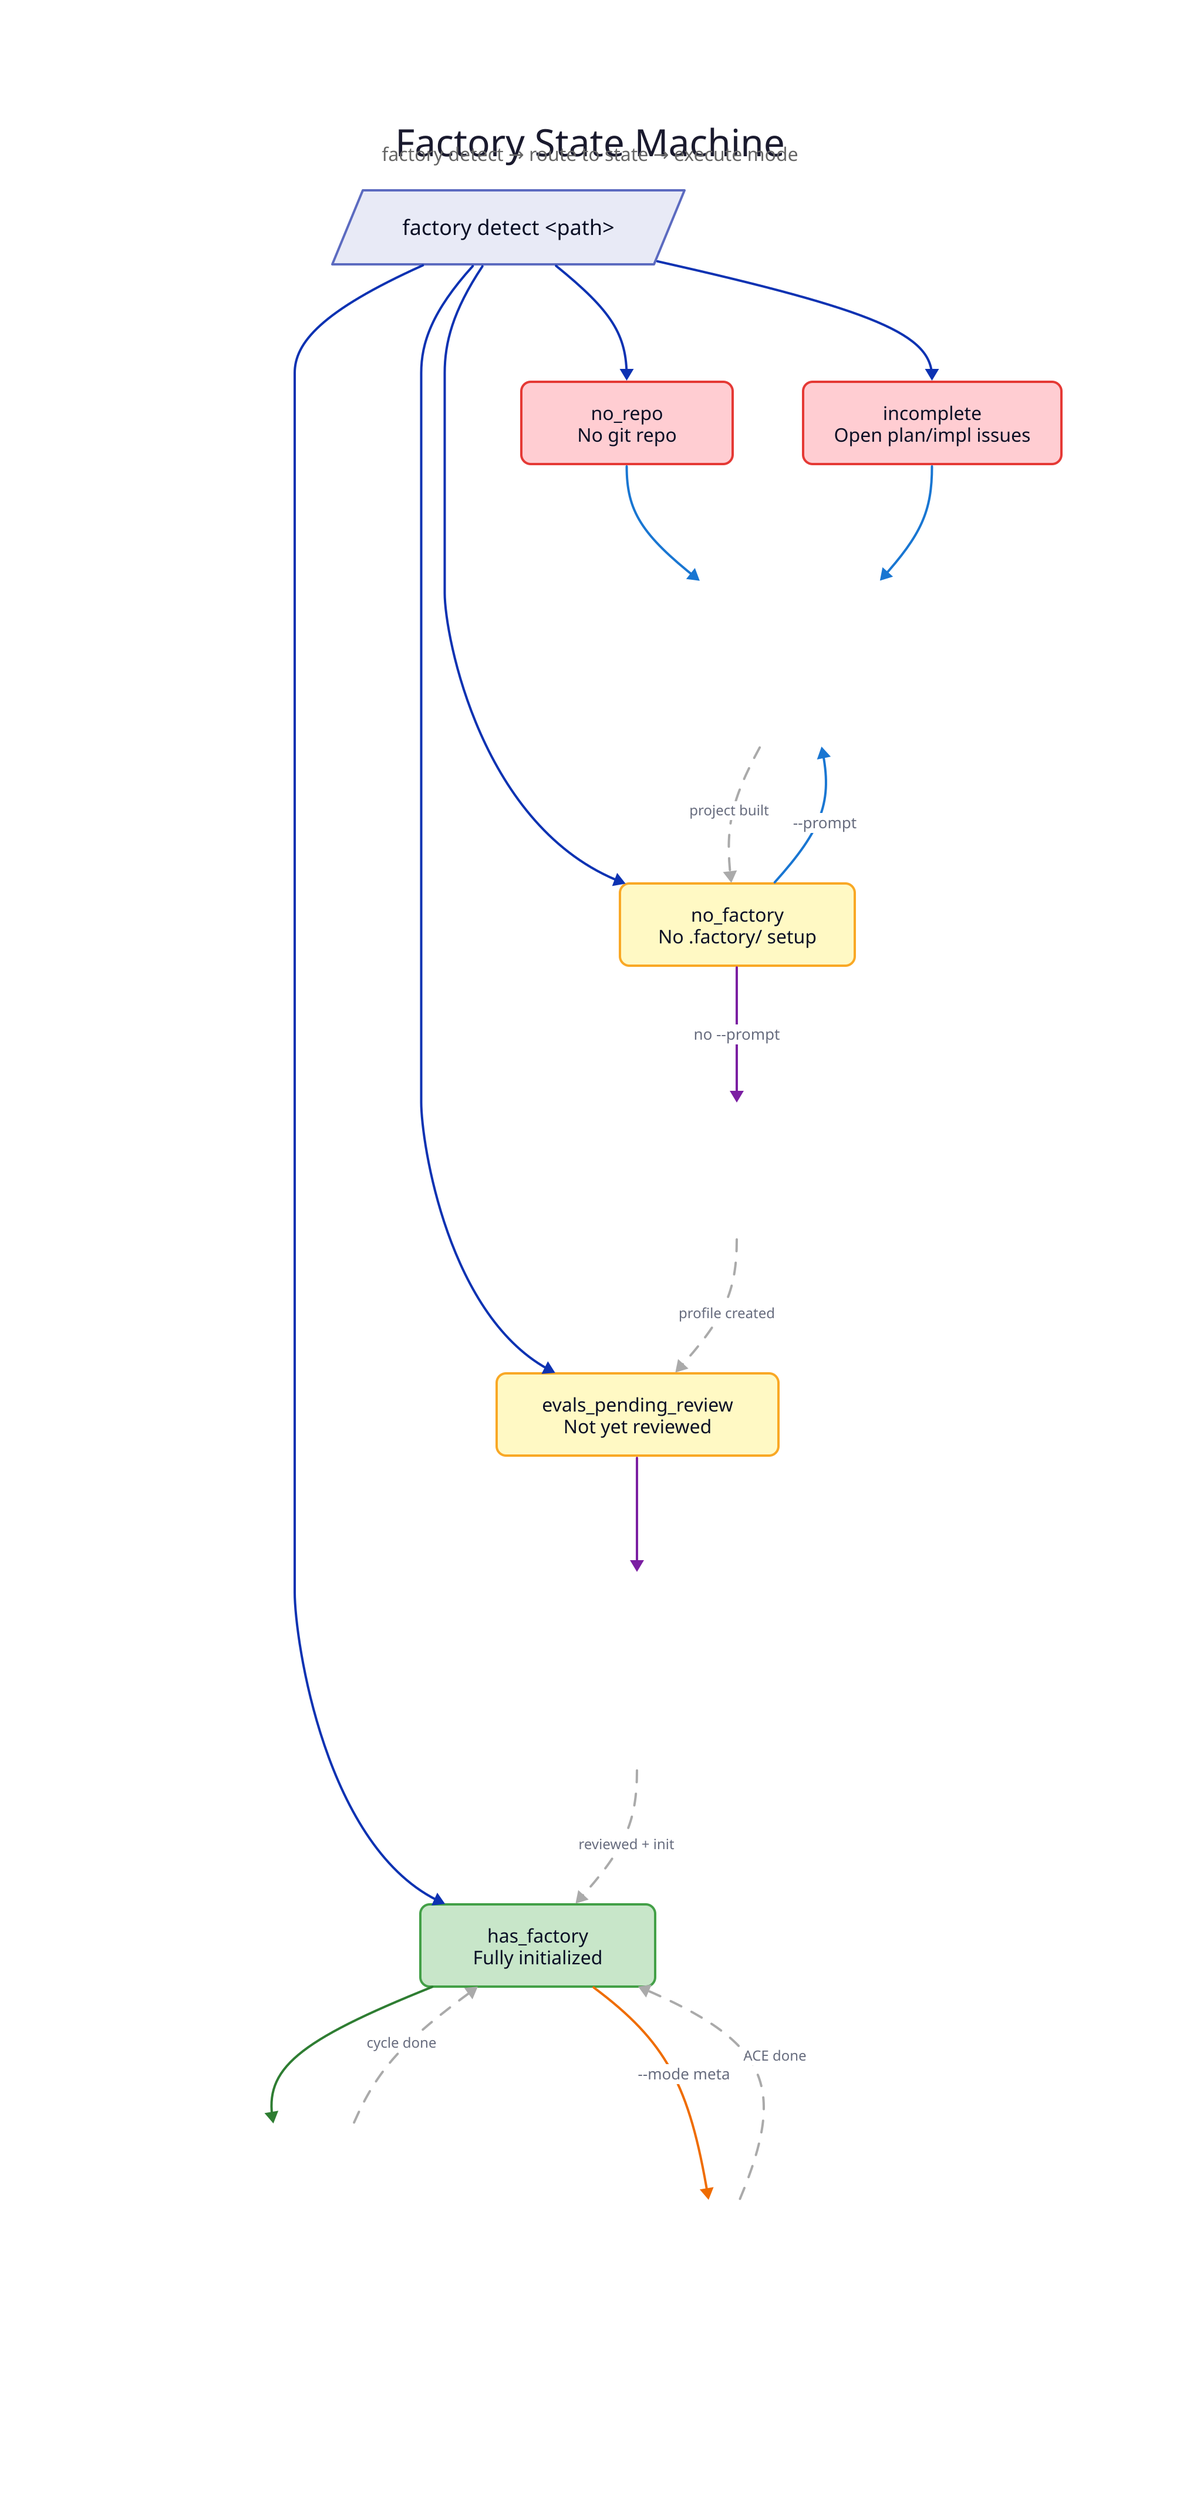
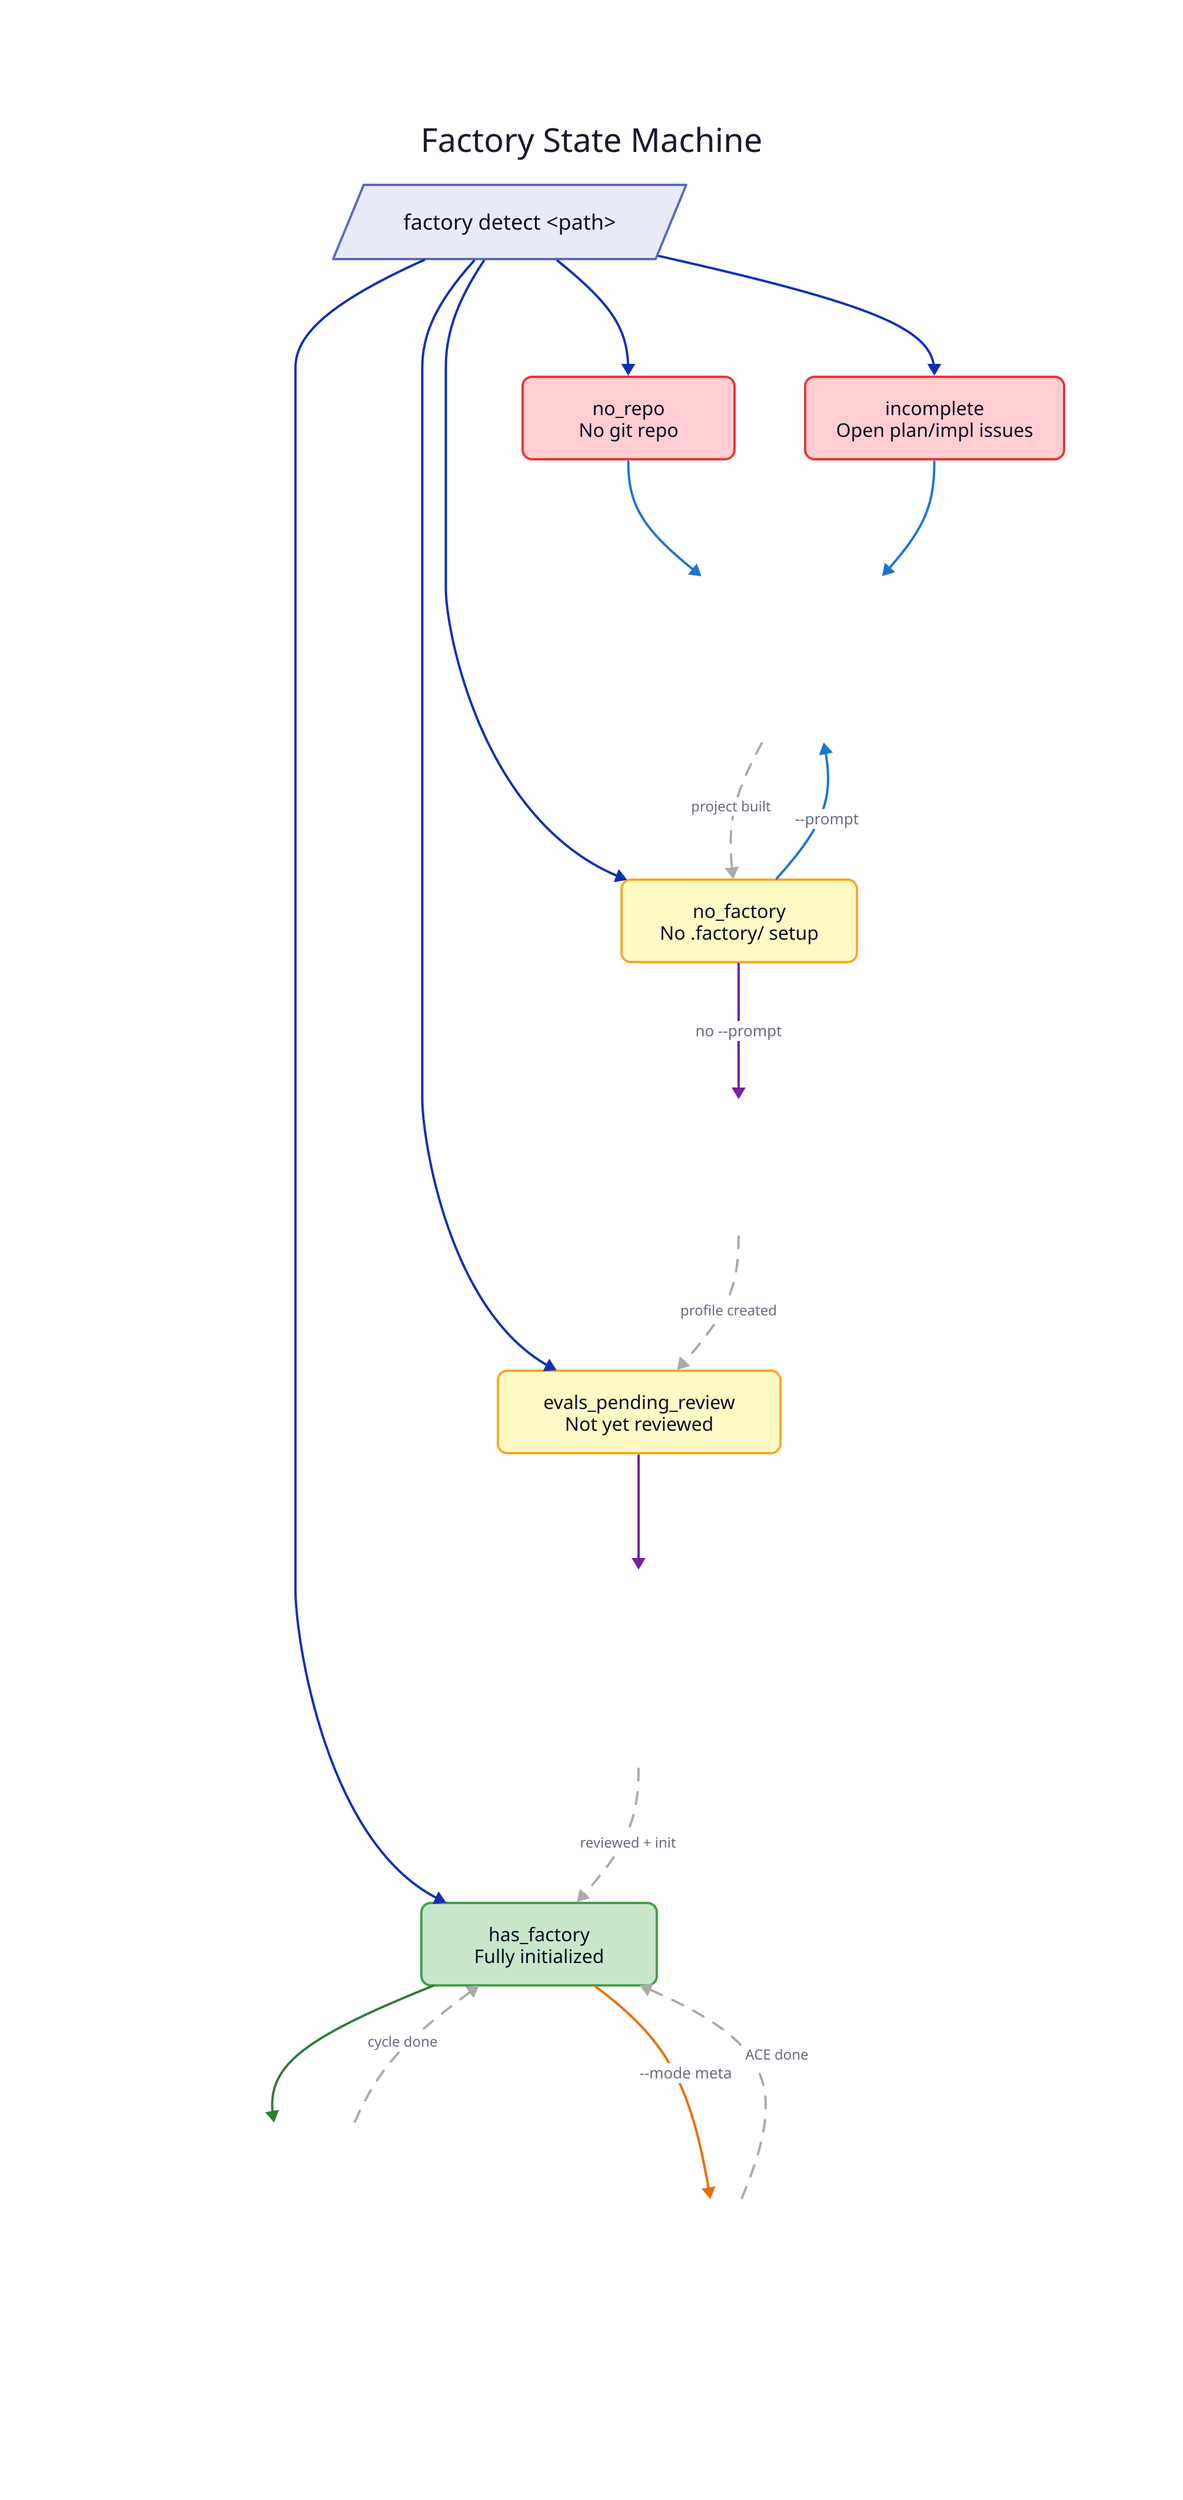
direction: down

title: {
  label: Factory State Machine
  near: top-center
  shape: text
-   style: { font-size: 32; bold: true; font-color: "#1a1a2e" }
- }
- 
- subtitle: {
-   label: "factory detect → route to state → execute mode"
-   near: top-center
-   shape: text
-   style: { font-size: 16; italic: true; font-color: "#666" }
+   style: { font-size: 28; bold: true; font-color: "#1a1a2e" }
}

detect: {
  label: "factory detect <path>"
  shape: parallelogram
  style: { fill: "#e8eaf6"; stroke: "#5c6bc0"; border-radius: 6; font-size: 18; bold: true }
  width: 300
}

# ── States ────────────────────────────────────────

no_repo: {
  label: "no_repo\nNo git repo"
  shape: rectangle
  style: { fill: "#ffcdd2"; stroke: "#e53935"; border-radius: 8; font-size: 16 }
  width: 180
  height: 70
}

incomplete: {
  label: "incomplete\nOpen plan/impl issues"
  shape: rectangle
  style: { fill: "#ffcdd2"; stroke: "#e53935"; border-radius: 8; font-size: 16 }
  width: 220
  height: 70
}

no_factory: {
  label: "no_factory\nNo .factory/ setup"
  shape: rectangle
  style: { fill: "#fff9c4"; stroke: "#f9a825"; border-radius: 8; font-size: 16 }
  width: 200
  height: 70
}

evals_pending: {
  label: "evals_pending_review\nNot yet reviewed"
  shape: rectangle
  style: { fill: "#fff9c4"; stroke: "#f9a825"; border-radius: 8; font-size: 16 }
  width: 240
  height: 70
}

has_factory: {
  label: "has_factory\nFully initialized"
  shape: rectangle
  style: { fill: "#c8e6c9"; stroke: "#43a047"; border-radius: 8; font-size: 16 }
  width: 200
  height: 70
}

# ── Modes ─────────────────────────────────────────

build: {
  label: |md
    **Build Mode**
    1. Researcher → research
    2. Strategist → phased plan
    3. Builder → implement phases
    4. E2E verification gate
  |
  shape: rectangle
  style: { fill: "#e3f2fd"; stroke: "#1976d2"; border-radius: 12; font-size: 15 }
  width: 280
}

discover: {
  label: |md
    **Discover Mode**
    1. Introspect project
    2. Auto-detect eval dims
    3. Generate eval/score.py
  |
  shape: rectangle
  style: { fill: "#f3e5f5"; stroke: "#7b1fa2"; border-radius: 12; font-size: 15 }
  width: 260
}

review: {
  label: |md
    **Review Mode**
    1. Test eval dimensions
    2. Fix broken ones
    3. Mark human_reviewed
    4. Init factory store
    5. Baseline eval
  |
  shape: rectangle
  style: { fill: "#f3e5f5"; stroke: "#7b1fa2"; border-radius: 12; font-size: 15 }
  width: 260
}

improve: {
  label: |md
    **Improve Mode** *(core loop)*
    1. Observe → Researcher
    2. Hypothesize → Strategist
    3. Execute → Builder
    4. Guard → Reviewer
    5. Measure → Evaluator
    6. Decide → Precheck + CEO
    7. Record → Archivist
  |
  shape: rectangle
  style: { fill: "#e8f5e9"; stroke: "#2e7d32"; border-radius: 12; font-size: 15 }
  width: 300
}

meta: {
  label: |md
    **Meta Mode**
    1. Full Improve loop on factory itself
    2. ACE playbook evolution for all roles
  |
  shape: rectangle
  style: { fill: "#fff3e0"; stroke: "#ef6c00"; border-radius: 12; font-size: 15 }
  width: 300
}

# ── detect → states ──────────────────────────────

detect -> no_repo
detect -> incomplete
detect -> no_factory
detect -> evals_pending
detect -> has_factory

# ── states → modes ───────────────────────────────

no_repo -> build {
  style: { stroke: "#1976d2"; stroke-width: 2 }
}
incomplete -> build {
  style: { stroke: "#1976d2"; stroke-width: 2 }
}
no_factory -> discover: "no --prompt" {
  style: { stroke: "#7b1fa2"; stroke-width: 2; font-size: 13 }
}
no_factory -> build: "--prompt" {
  style: { stroke: "#1976d2"; stroke-width: 2; font-size: 13 }
}
evals_pending -> review {
  style: { stroke: "#7b1fa2"; stroke-width: 2 }
}
has_factory -> improve {
  style: { stroke: "#2e7d32"; stroke-width: 2 }
}
has_factory -> meta: "--mode meta" {
  style: { stroke: "#ef6c00"; stroke-width: 2; font-size: 13 }
}

# ── transitions back (dashed) ────────────────────

build -> no_factory: "project built" {
  style: { stroke-dash: 5; stroke: "#aaa"; font-size: 12 }
}
discover -> evals_pending: "profile created" {
  style: { stroke-dash: 5; stroke: "#aaa"; font-size: 12 }
}
review -> has_factory: "reviewed + init" {
  style: { stroke-dash: 5; stroke: "#aaa"; font-size: 12 }
}
improve -> has_factory: "cycle done" {
  style: { stroke-dash: 5; stroke: "#aaa"; font-size: 12 }
}
meta -> has_factory: "ACE done" {
  style: { stroke-dash: 5; stroke: "#aaa"; font-size: 12 }
}
